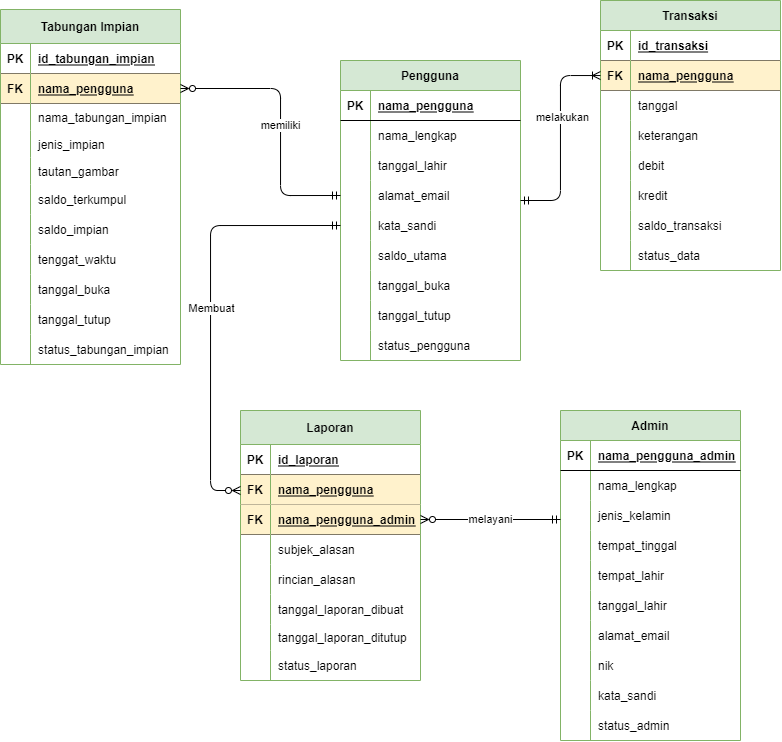
Before: Database/ERD_Darimu_Transparant.png, a diagram exported from draw.io (ammarsufyan/Darimu). Source tidied: cells renumbered, new cells last; positions are measured from the earlier drawing's top-left corner, leaving out a move shared by most shapes.
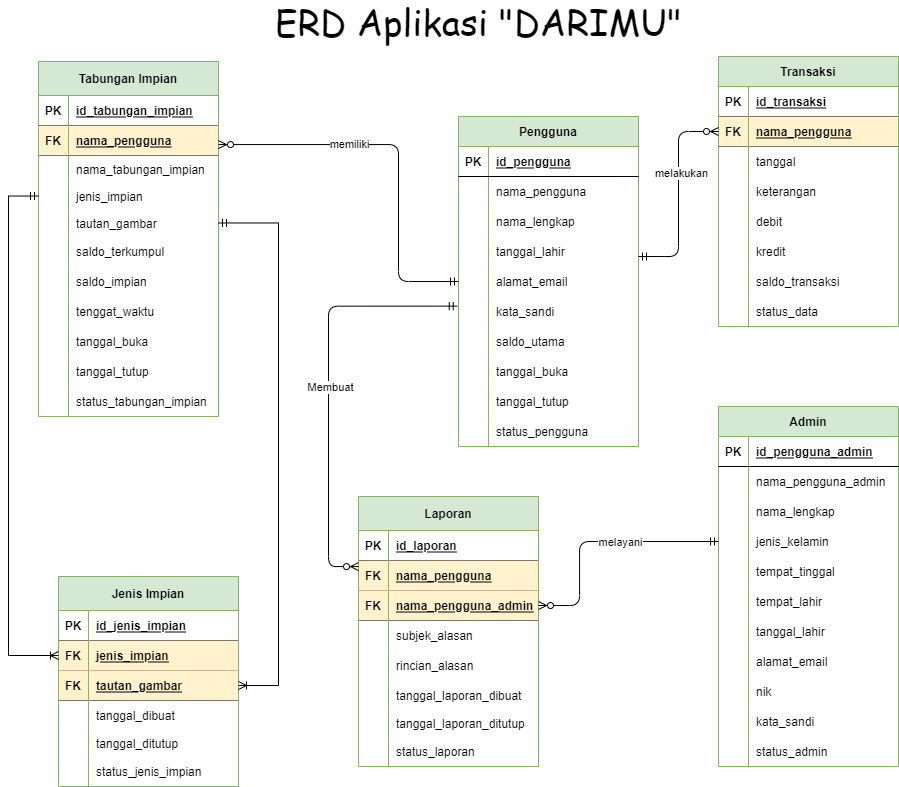
The same file after the commit.

Commit message:
update class,sql,erd

The edit, as a diff of the source:
```diff
@@ -5,3 +5,3 @@
     <mxCell id="2" value="Pengguna" style="shape=table;startSize=30;rowLines=0;fontStyle=1;align=center;fillColor=#d5e8d4;strokeColor=#82b366;" parent="1" vertex="1">
-      <mxGeometry x="340" y="60" width="180" height="300" as="geometry" />
+      <mxGeometry x="888" y="93" width="180" height="330" as="geometry" />
     </mxCell>
@@ -13,7 +13,16 @@
     </mxCell>
-    <mxCell id="5" value="nama_pengguna" style="shape=partialRectangle;fillColor=none;top=0;left=0;bottom=0;right=0;align=left;spacingLeft=6;fontStyle=5;overflow=hidden;" parent="3" vertex="1">
+    <mxCell id="5" value="id_pengguna" style="shape=partialRectangle;fillColor=none;top=0;left=0;bottom=0;right=0;align=left;spacingLeft=6;fontStyle=5;overflow=hidden;" parent="3" vertex="1">
       <mxGeometry x="30" width="150" height="30" as="geometry" />
     </mxCell>
+    <mxCell id="153" style="shape=partialRectangle;fillColor=none;top=0;left=0;bottom=0;right=0;" parent="2" vertex="1">
+      <mxGeometry y="60" width="180" height="30" as="geometry" />
+    </mxCell>
+    <mxCell id="154" style="shape=partialRectangle;fillColor=none;top=0;left=0;bottom=0;right=0;overflow=hidden;" parent="153" vertex="1">
+      <mxGeometry width="30" height="30" as="geometry" />
+    </mxCell>
+    <mxCell id="155" value="nama_pengguna" style="shape=partialRectangle;fillColor=none;top=0;left=0;bottom=0;right=0;align=left;spacingLeft=6;overflow=hidden;" parent="153" vertex="1">
+      <mxGeometry x="30" width="150" height="30" as="geometry" />
+    </mxCell>
     <mxCell id="6" style="shape=partialRectangle;fillColor=none;top=0;left=0;bottom=0;right=0;" parent="2" vertex="1">
-      <mxGeometry y="60" width="180" height="30" as="geometry" />
+      <mxGeometry y="90" width="180" height="30" as="geometry" />
     </mxCell>
@@ -26,3 +35,3 @@
     <mxCell id="9" style="shape=partialRectangle;fillColor=none;top=0;left=0;bottom=0;right=0;" parent="2" vertex="1">
-      <mxGeometry y="90" width="180" height="30" as="geometry" />
+      <mxGeometry y="120" width="180" height="30" as="geometry" />
     </mxCell>
@@ -35,3 +44,3 @@
     <mxCell id="12" style="shape=partialRectangle;fillColor=none;top=0;left=0;bottom=0;right=0;points=[[0,0.5],[1,0.5]];portConstraint=eastwest;" parent="2" vertex="1">
-      <mxGeometry y="120" width="180" height="30" as="geometry" />
+      <mxGeometry y="150" width="180" height="30" as="geometry" />
     </mxCell>
@@ -44,3 +53,3 @@
     <mxCell id="15" style="shape=partialRectangle;fillColor=none;top=0;left=0;bottom=0;right=0;points=[[0,0.5],[1,0.5]];portConstraint=eastwest;" parent="2" vertex="1">
-      <mxGeometry y="150" width="180" height="30" as="geometry" />
+      <mxGeometry y="180" width="180" height="30" as="geometry" />
     </mxCell>
@@ -53,3 +62,3 @@
     <mxCell id="18" style="shape=partialRectangle;fillColor=none;top=0;left=0;bottom=0;right=0;" parent="2" vertex="1">
-      <mxGeometry y="180" width="180" height="30" as="geometry" />
+      <mxGeometry y="210" width="180" height="30" as="geometry" />
     </mxCell>
@@ -62,3 +71,3 @@
     <mxCell id="21" style="shape=partialRectangle;fillColor=none;top=0;left=0;bottom=0;right=0;" parent="2" vertex="1">
-      <mxGeometry y="210" width="180" height="30" as="geometry" />
+      <mxGeometry y="240" width="180" height="30" as="geometry" />
     </mxCell>
@@ -71,3 +80,3 @@
     <mxCell id="24" style="shape=partialRectangle;fillColor=none;top=0;left=0;bottom=0;right=0;" parent="2" vertex="1">
-      <mxGeometry y="240" width="180" height="30" as="geometry" />
+      <mxGeometry y="270" width="180" height="30" as="geometry" />
     </mxCell>
@@ -80,3 +89,3 @@
     <mxCell id="27" style="shape=partialRectangle;fillColor=none;top=0;left=0;bottom=0;right=0;" parent="2" vertex="1">
-      <mxGeometry y="270" width="180" height="30" as="geometry" />
+      <mxGeometry y="300" width="180" height="30" as="geometry" />
     </mxCell>
@@ -89,3 +98,3 @@
     <mxCell id="30" value="Transaksi" style="shape=table;startSize=30;rowLines=0;fontStyle=1;align=center;fillColor=#d5e8d4;strokeColor=#82b366;" parent="1" vertex="1">
-      <mxGeometry x="600" width="180" height="270" as="geometry" />
+      <mxGeometry x="1148" y="33" width="180" height="270" as="geometry" />
     </mxCell>
@@ -164,3 +173,3 @@
     <mxCell id="55" value="Tabungan Impian" style="shape=table;startSize=34;rowLines=0;fontStyle=1;align=center;fillColor=#d5e8d4;strokeColor=#82b366;" parent="1" vertex="1">
-      <mxGeometry y="9" width="180" height="355" as="geometry" />
+      <mxGeometry x="468" y="38" width="180" height="355" as="geometry" />
     </mxCell>
@@ -266,3 +275,3 @@
     <mxCell id="89" value="Laporan" style="shape=table;startSize=34;rowLines=0;fontStyle=1;align=center;fillColor=#d5e8d4;strokeColor=#82b366;" parent="1" vertex="1">
-      <mxGeometry x="240" y="410" width="180" height="270" as="geometry" />
+      <mxGeometry x="788" y="473" width="180" height="270" as="geometry" />
     </mxCell>
@@ -341,3 +350,3 @@
     <mxCell id="114" value="Admin" style="shape=table;startSize=30;rowLines=0;fontStyle=1;align=center;fillColor=#d5e8d4;strokeColor=#82b366;" parent="1" vertex="1">
-      <mxGeometry x="560" y="410" width="180" height="330" as="geometry" />
+      <mxGeometry x="1148" y="383" width="180" height="360" as="geometry" />
     </mxCell>
@@ -349,7 +358,16 @@
     </mxCell>
-    <mxCell id="117" value="nama_pengguna_admin" style="shape=partialRectangle;fillColor=none;top=0;left=0;bottom=0;right=0;align=left;spacingLeft=6;fontStyle=5;overflow=hidden;" parent="115" vertex="1">
+    <mxCell id="117" value="id_pengguna_admin" style="shape=partialRectangle;fillColor=none;top=0;left=0;bottom=0;right=0;align=left;spacingLeft=6;fontStyle=5;overflow=hidden;" parent="115" vertex="1">
       <mxGeometry x="30" width="150" height="30" as="geometry" />
     </mxCell>
+    <mxCell id="156" style="shape=partialRectangle;fillColor=none;top=0;left=0;bottom=0;right=0;" parent="114" vertex="1">
+      <mxGeometry y="60" width="180" height="30" as="geometry" />
+    </mxCell>
+    <mxCell id="157" style="shape=partialRectangle;fillColor=none;top=0;left=0;bottom=0;right=0;overflow=hidden;" parent="156" vertex="1">
+      <mxGeometry width="30" height="30" as="geometry" />
+    </mxCell>
+    <mxCell id="158" value="nama_pengguna_admin" style="shape=partialRectangle;fillColor=none;top=0;left=0;bottom=0;right=0;align=left;spacingLeft=6;overflow=hidden;" parent="156" vertex="1">
+      <mxGeometry x="30" width="150" height="30" as="geometry" />
+    </mxCell>
     <mxCell id="118" style="shape=partialRectangle;fillColor=none;top=0;left=0;bottom=0;right=0;" parent="114" vertex="1">
-      <mxGeometry y="60" width="180" height="30" as="geometry" />
+      <mxGeometry y="90" width="180" height="30" as="geometry" />
     </mxCell>
@@ -362,3 +380,3 @@
     <mxCell id="121" style="shape=partialRectangle;fillColor=none;top=0;left=0;bottom=0;right=0;points=[[0,0.5],[1,0.5]];portConstraint=eastwest;" parent="114" vertex="1">
-      <mxGeometry y="90" width="180" height="30" as="geometry" />
+      <mxGeometry y="120" width="180" height="30" as="geometry" />
     </mxCell>
@@ -371,3 +389,3 @@
     <mxCell id="124" style="shape=partialRectangle;fillColor=none;top=0;left=0;bottom=0;right=0;" parent="114" vertex="1">
-      <mxGeometry y="120" width="180" height="30" as="geometry" />
+      <mxGeometry y="150" width="180" height="30" as="geometry" />
     </mxCell>
@@ -380,3 +398,3 @@
     <mxCell id="127" style="shape=partialRectangle;fillColor=none;top=0;left=0;bottom=0;right=0;" parent="114" vertex="1">
-      <mxGeometry y="150" width="180" height="30" as="geometry" />
+      <mxGeometry y="180" width="180" height="30" as="geometry" />
     </mxCell>
@@ -389,3 +407,3 @@
     <mxCell id="130" style="shape=partialRectangle;fillColor=none;top=0;left=0;bottom=0;right=0;" parent="114" vertex="1">
-      <mxGeometry y="180" width="180" height="30" as="geometry" />
+      <mxGeometry y="210" width="180" height="30" as="geometry" />
     </mxCell>
@@ -398,3 +416,3 @@
     <mxCell id="133" style="shape=partialRectangle;fillColor=none;top=0;left=0;bottom=0;right=0;" parent="114" vertex="1">
-      <mxGeometry y="210" width="180" height="30" as="geometry" />
+      <mxGeometry y="240" width="180" height="30" as="geometry" />
     </mxCell>
@@ -407,3 +425,3 @@
     <mxCell id="136" style="shape=partialRectangle;fillColor=none;top=0;left=0;bottom=0;right=0;" parent="114" vertex="1">
-      <mxGeometry y="240" width="180" height="30" as="geometry" />
+      <mxGeometry y="270" width="180" height="30" as="geometry" />
     </mxCell>
@@ -416,3 +434,3 @@
     <mxCell id="139" style="shape=partialRectangle;fillColor=none;top=0;left=0;bottom=0;right=0;" parent="114" vertex="1">
-      <mxGeometry y="270" width="180" height="30" as="geometry" />
+      <mxGeometry y="300" width="180" height="30" as="geometry" />
     </mxCell>
@@ -425,3 +443,3 @@
     <mxCell id="142" style="shape=partialRectangle;fillColor=none;top=0;left=0;bottom=0;right=0;" parent="114" vertex="1">
-      <mxGeometry y="300" width="180" height="30" as="geometry" />
+      <mxGeometry y="330" width="180" height="30" as="geometry" />
     </mxCell>
@@ -433,8 +451,8 @@
     </mxCell>
-    <mxCell id="145" style="edgeStyle=orthogonalEdgeStyle;jettySize=auto;html=1;endArrow=ERoneToMany;endFill=0;rounded=1;startArrow=ERmandOne;startFill=0;" parent="1" edge="1" target="34">
+    <mxCell id="145" style="edgeStyle=orthogonalEdgeStyle;jettySize=auto;html=1;endArrow=ERzeroToMany;endFill=0;rounded=1;startArrow=ERmandOne;startFill=0;" parent="1" edge="1" target="34">
       <mxGeometry relative="1" as="geometry">
-        <mxPoint x="520" y="200" as="sourcePoint" />
+        <mxPoint x="1068" y="233" as="sourcePoint" />
         <Array as="points">
-          <mxPoint x="560" y="200" />
-          <mxPoint x="560" y="75" />
+          <mxPoint x="1108" y="233" />
+          <mxPoint x="1108" y="108" />
         </Array>
@@ -445,7 +463,7 @@
     </mxCell>
-    <mxCell id="147" style="edgeStyle=orthogonalEdgeStyle;rounded=1;jettySize=auto;html=1;entryX=1;entryY=0.5;entryDx=0;entryDy=0;endArrow=ERzeroToMany;endFill=0;startArrow=ERmandOne;startFill=0;" parent="1" edge="1" target="96">
+    <mxCell id="147" style="edgeStyle=orthogonalEdgeStyle;rounded=1;jettySize=auto;html=1;entryX=1;entryY=0.5;entryDx=0;entryDy=0;endArrow=ERzeroToMany;endFill=0;startArrow=ERmandOne;startFill=0;exitX=0;exitY=0.5;exitDx=0;exitDy=0;" parent="1" edge="1" source="121" target="96">
       <mxGeometry relative="1" as="geometry">
-        <mxPoint x="560" y="519" as="sourcePoint" />
         <Array as="points">
-          <mxPoint x="560" y="519" />
+          <mxPoint x="1009" y="518" />
+          <mxPoint x="1009" y="582" />
         </Array>
@@ -461,4 +479,4 @@
         <Array as="points">
-          <mxPoint x="280" y="195" />
-          <mxPoint x="280" y="88" />
+          <mxPoint x="828" y="258" />
+          <mxPoint x="828" y="121" />
         </Array>
@@ -468,10 +486,10 @@
       <mxGeometry x="-0.11" y="-1" relative="1" as="geometry">
-        <mxPoint x="-1" y="-11" as="offset" />
+        <mxPoint x="-51" y="-30" as="offset" />
       </mxGeometry>
     </mxCell>
-    <mxCell id="151" style="edgeStyle=orthogonalEdgeStyle;rounded=1;jettySize=auto;html=1;exitX=0;exitY=0.5;exitDx=0;exitDy=0;startArrow=ERmandOne;startFill=0;endArrow=ERzeroToMany;endFill=0;" parent="1" edge="1" source="15" target="93">
+    <mxCell id="151" style="edgeStyle=orthogonalEdgeStyle;rounded=1;jettySize=auto;html=1;startArrow=ERmandOne;startFill=0;endArrow=ERzeroToMany;endFill=0;exitX=-0.007;exitY=0.321;exitDx=0;exitDy=0;exitPerimeter=0;" parent="1" edge="1" source="15" target="93">
       <mxGeometry relative="1" as="geometry">
         <Array as="points">
-          <mxPoint x="210" y="225" />
-          <mxPoint x="210" y="490" />
+          <mxPoint x="758" y="283" />
+          <mxPoint x="758" y="543" />
         </Array>
@@ -484,2 +502,78 @@
     </mxCell>
+    <mxCell id="159" value="Jenis Impian" style="shape=table;startSize=34;rowLines=0;fontStyle=1;align=center;fillColor=#d5e8d4;strokeColor=#82b366;" parent="1" vertex="1">
+      <mxGeometry x="488" y="553" width="180" height="210" as="geometry" />
+    </mxCell>
+    <mxCell id="160" style="shape=partialRectangle;fillColor=none;top=0;left=0;bottom=1;right=0;" parent="159" vertex="1">
+      <mxGeometry y="34" width="180" height="30" as="geometry" />
+    </mxCell>
+    <mxCell id="161" value="PK" style="shape=partialRectangle;fillColor=none;top=0;left=0;bottom=0;right=0;fontStyle=1;overflow=hidden;" parent="160" vertex="1">
+      <mxGeometry width="30" height="30" as="geometry" />
+    </mxCell>
+    <mxCell id="162" value="id_jenis_impian" style="shape=partialRectangle;fillColor=none;top=0;left=0;bottom=0;right=0;align=left;spacingLeft=6;fontStyle=5;overflow=hidden;" parent="160" vertex="1">
+      <mxGeometry x="30" width="150" height="30" as="geometry" />
+    </mxCell>
+    <mxCell id="163" style="shape=partialRectangle;fillColor=none;top=0;left=0;bottom=1;right=0;points=[[0,0.5],[1,0.5]];portConstraint=eastwest;" parent="159" vertex="1">
+      <mxGeometry y="64" width="180" height="30" as="geometry" />
+    </mxCell>
+    <mxCell id="164" value="FK" style="shape=partialRectangle;fillColor=#fff2cc;top=0;left=1;bottom=0;right=0;fontStyle=1;overflow=hidden;strokeColor=#82B366;" parent="163" vertex="1">
+      <mxGeometry width="30" height="30" as="geometry" />
+    </mxCell>
+    <mxCell id="165" value="jenis_impian" style="shape=partialRectangle;fillColor=#fff2cc;top=0;left=1;bottom=0;right=1;align=left;spacingLeft=6;fontStyle=5;overflow=hidden;strokeColor=#82B366;" parent="163" vertex="1">
+      <mxGeometry x="30" width="150" height="30" as="geometry" />
+    </mxCell>
+    <mxCell id="166" style="shape=partialRectangle;fillColor=none;top=0;left=0;bottom=1;right=0;points=[[0,0.5],[1,0.5]];portConstraint=eastwest;" parent="159" vertex="1">
+      <mxGeometry y="94" width="180" height="30" as="geometry" />
+    </mxCell>
+    <mxCell id="167" value="FK" style="shape=partialRectangle;fillColor=#fff2cc;top=0;left=1;bottom=0;right=0;fontStyle=1;overflow=hidden;strokeColor=#82B366;" parent="166" vertex="1">
+      <mxGeometry width="30" height="30" as="geometry" />
+    </mxCell>
+    <mxCell id="168" value="tautan_gambar" style="shape=partialRectangle;fillColor=#fff2cc;top=0;left=1;bottom=0;right=1;align=left;spacingLeft=6;fontStyle=5;overflow=hidden;strokeColor=#82B366;" parent="166" vertex="1">
+      <mxGeometry x="30" width="150" height="30" as="geometry" />
+    </mxCell>
+    <mxCell id="169" style="shape=partialRectangle;fillColor=none;top=0;left=0;bottom=0;right=0;" parent="159" vertex="1">
+      <mxGeometry y="124" width="180" height="30" as="geometry" />
+    </mxCell>
+    <mxCell id="170" style="shape=partialRectangle;fillColor=none;top=0;left=0;bottom=0;right=0;overflow=hidden;" parent="169" vertex="1">
+      <mxGeometry width="30" height="30" as="geometry" />
+    </mxCell>
+    <mxCell id="171" value="tanggal_dibuat" style="shape=partialRectangle;fillColor=none;top=0;left=0;bottom=0;right=0;align=left;spacingLeft=6;overflow=hidden;" parent="169" vertex="1">
+      <mxGeometry x="30" width="150" height="30" as="geometry" />
+    </mxCell>
+    <mxCell id="172" style="shape=partialRectangle;fillColor=none;top=0;left=0;bottom=0;right=0;" parent="159" vertex="1">
+      <mxGeometry y="154" width="180" height="26" as="geometry" />
+    </mxCell>
+    <mxCell id="173" style="shape=partialRectangle;fillColor=none;top=0;left=0;bottom=0;right=0;overflow=hidden;" parent="172" vertex="1">
+      <mxGeometry width="30" height="26" as="geometry" />
+    </mxCell>
+    <mxCell id="174" value="tanggal_ditutup" style="shape=partialRectangle;fillColor=none;top=0;left=0;bottom=0;right=0;align=left;spacingLeft=6;overflow=hidden;" parent="172" vertex="1">
+      <mxGeometry x="30" width="150" height="26" as="geometry" />
+    </mxCell>
+    <mxCell id="175" style="shape=partialRectangle;fillColor=none;top=0;left=0;bottom=0;right=0;" parent="159" vertex="1">
+      <mxGeometry y="180" width="180" height="30" as="geometry" />
+    </mxCell>
+    <mxCell id="176" style="shape=partialRectangle;fillColor=none;top=0;left=0;bottom=0;right=0;overflow=hidden;" parent="175" vertex="1">
+      <mxGeometry width="30" height="30" as="geometry" />
+    </mxCell>
+    <mxCell id="177" value="status_jenis_impian" style="shape=partialRectangle;fillColor=none;top=0;left=0;bottom=0;right=0;align=left;spacingLeft=6;overflow=hidden;" parent="175" vertex="1">
+      <mxGeometry x="30" width="150" height="30" as="geometry" />
+    </mxCell>
+    <mxCell id="178" style="edgeStyle=orthogonalEdgeStyle;rounded=0;jettySize=auto;html=1;endArrow=ERoneToMany;endFill=0;startArrow=ERmandOne;startFill=0;" parent="1" edge="1" source="65" target="163">
+      <mxGeometry relative="1" as="geometry">
+        <Array as="points">
+          <mxPoint x="438" y="172" />
+          <mxPoint x="438" y="632" />
+        </Array>
+      </mxGeometry>
+    </mxCell>
+    <mxCell id="179" style="edgeStyle=orthogonalEdgeStyle;rounded=0;jettySize=auto;html=1;entryX=1;entryY=0.5;entryDx=0;entryDy=0;endArrow=ERoneToMany;endFill=0;startArrow=ERmandOne;startFill=0;" parent="1" edge="1" source="68" target="166">
+      <mxGeometry relative="1" as="geometry">
+        <Array as="points">
+          <mxPoint x="708" y="200" />
+          <mxPoint x="708" y="662" />
+        </Array>
+      </mxGeometry>
+    </mxCell>
+    <mxCell id="180" value="&lt;font color=&quot;#000000&quot; style=&quot;font-size: 36px&quot; face=&quot;Comic Sans MS&quot;&gt;ERD Aplikasi &quot;DARIMU&quot;&lt;/font&gt;" style="text;html=1;align=center;verticalAlign=middle;strokeColor=none;fillColor=none;fontColor=#5AA9E6;" parent="1" vertex="1">
+      <mxGeometry x="698" y="-17" width="420" height="30" as="geometry" />
+    </mxCell>
   </root>
```
